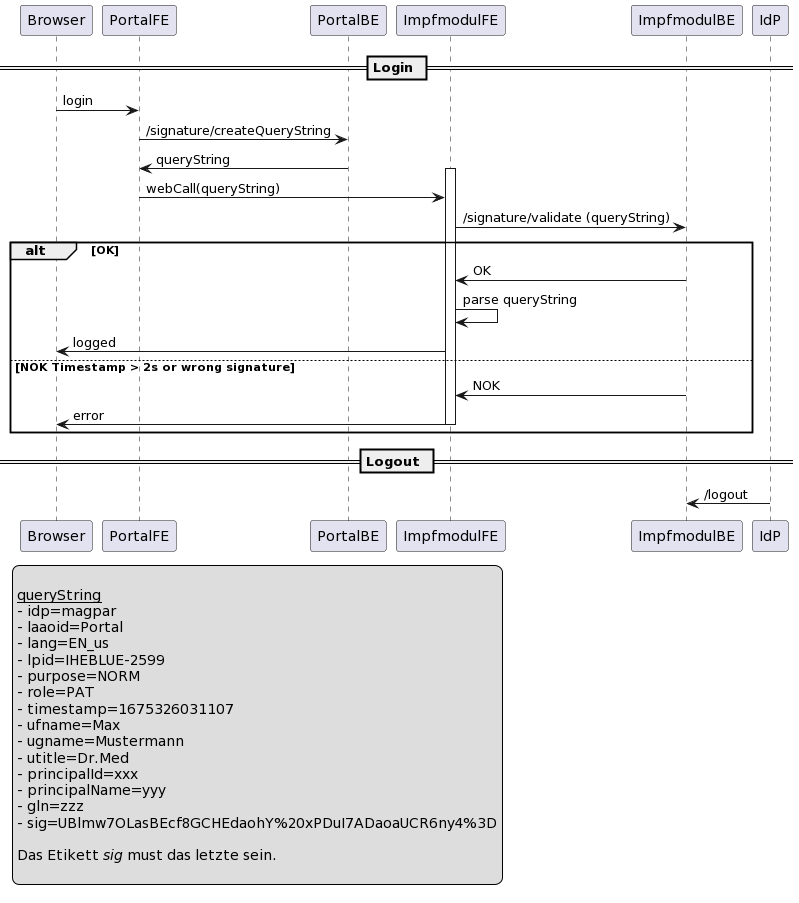
This is Implementation/vaccination-module-backend/docs/plantuml/login.png from ehealthsuisse/Impfmodul-Phase-I, a PlantUML export, as it was before one commit.
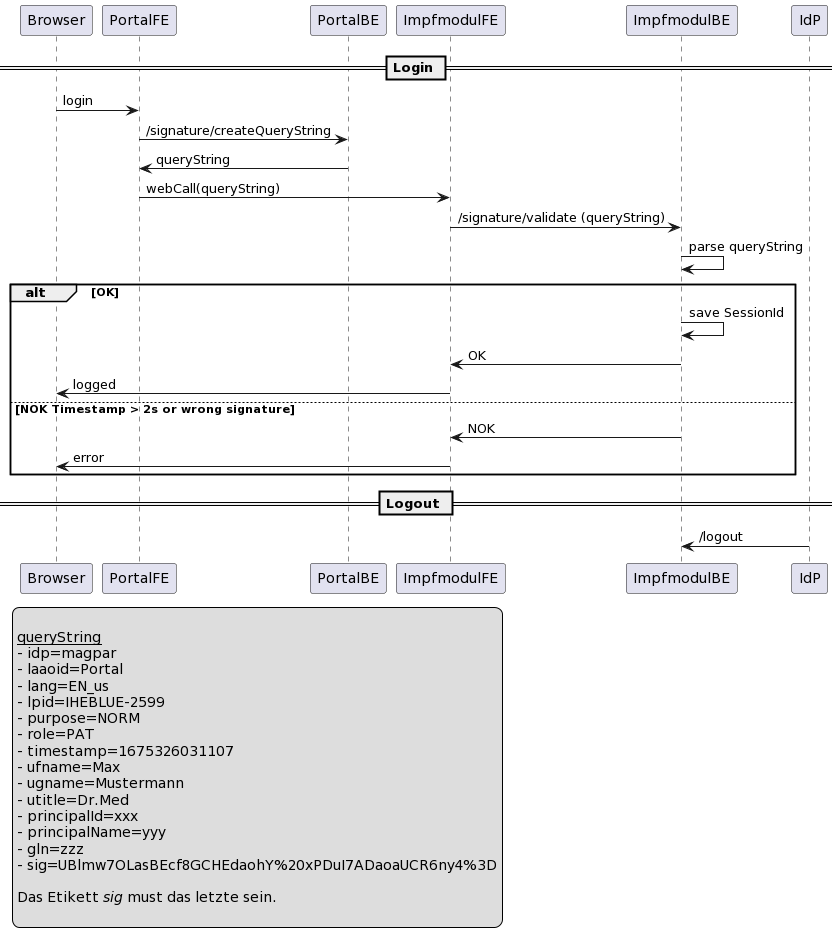
Above is the later version.

Diff of the diagram source:
```diff
@@ -12,20 +12,21 @@
 Browser         -> PortalFE            : login
 PortalFE        -> PortalBE            : /signature/createQueryString
 PortalBE        -> PortalFE            : queryString
-activate ImpfmodulFE
+
 PortalFE        -> ImpfmodulFE         : webCall(queryString)
 ImpfmodulFE     -> ImpfmodulBE         : /signature/validate (queryString)
+ImpfmodulBE     -> ImpfmodulBE         : parse queryString
+
 alt OK
+ImpfmodulBE     -> ImpfmodulBE         : save SessionId
 ImpfmodulBE     -> ImpfmodulFE         : OK
-ImpfmodulFE     -> ImpfmodulFE         : parse queryString
+
 ImpfmodulFE     -> Browser             : logged
 
 else NOK Timestamp > 2s or wrong signature
 
 ImpfmodulBE     -> ImpfmodulFE         : NOK
 ImpfmodulFE     -> Browser             : error
-
-deactivate ImpfmodulFE
 
 end
 
```
